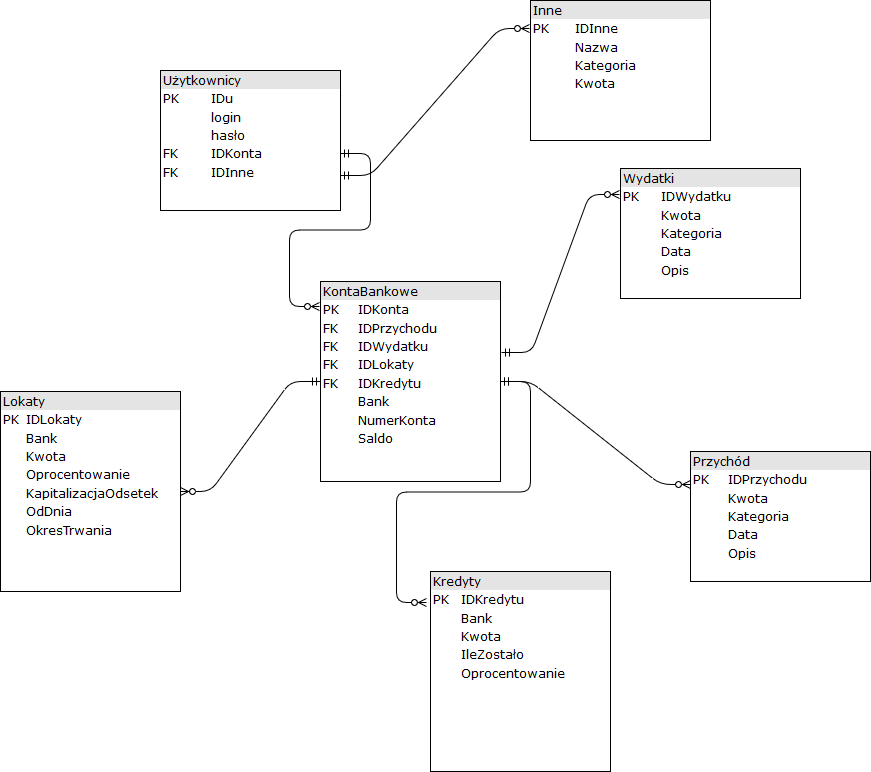
Before: ERD.png, a diagram exported from draw.io (matwijec/FinanceManger). Source tidied: cells renumbered, new cells last; positions are measured from the earlier drawing's top-left corner, leaving out a move shared by most shapes.
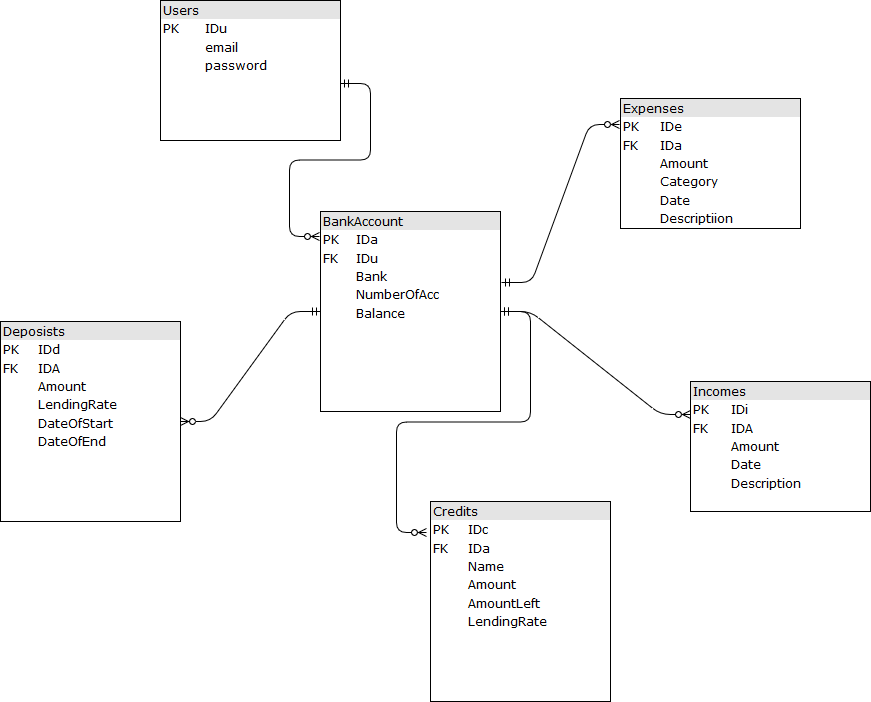
The same file after the commit.

Diff of the diagram source:
```diff
@@ -2,25 +2,22 @@
   <root>
     <mxCell id="0" />
     <mxCell id="1" parent="0" />
-    <mxCell id="2" value="&lt;div style=&quot;box-sizing: border-box ; width: 100% ; background: #e4e4e4 ; padding: 2px&quot;&gt;Wydatki&lt;/div&gt;&lt;table style=&quot;width: 100% ; font-size: 1em&quot; cellspacing=&quot;0&quot; cellpadding=&quot;2&quot;&gt;&lt;tbody&gt;&lt;tr&gt;&lt;td&gt;PK&lt;/td&gt;&lt;td&gt;IDWydatku&lt;/td&gt;&lt;/tr&gt;&lt;tr&gt;&lt;td&gt;&lt;br&gt;&lt;/td&gt;&lt;td&gt;Kwota&lt;/td&gt;&lt;/tr&gt;&lt;tr&gt;&lt;td&gt;&lt;br&gt;&lt;/td&gt;&lt;td&gt;Kategoria&lt;/td&gt;&lt;/tr&gt;&lt;tr&gt;&lt;td&gt;&lt;br&gt;&lt;/td&gt;&lt;td&gt;Data&lt;br&gt;&lt;/td&gt;&lt;/tr&gt;&lt;tr&gt;&lt;td&gt;&lt;br&gt;&lt;/td&gt;&lt;td&gt;Opis&lt;br&gt;&lt;/td&gt;&lt;/tr&gt;&lt;/tbody&gt;&lt;/table&gt;" style="verticalAlign=top;align=left;overflow=fill;html=1;rounded=0;shadow=0;comic=0;labelBackgroundColor=none;strokeColor=#000000;strokeWidth=1;fillColor=#ffffff;fontFamily=Verdana;fontSize=12;fontColor=#000000;" parent="1" vertex="1">
+    <mxCell id="2" value="&lt;div style=&quot;box-sizing: border-box ; width: 100% ; background: #e4e4e4 ; padding: 2px&quot;&gt;Expenses&lt;/div&gt;&lt;table style=&quot;width: 100% ; font-size: 1em&quot; cellspacing=&quot;0&quot; cellpadding=&quot;2&quot;&gt;&lt;tbody&gt;&lt;tr&gt;&lt;td&gt;PK&lt;/td&gt;&lt;td&gt;IDe&lt;/td&gt;&lt;/tr&gt;&lt;tr&gt;&lt;td&gt;FK&lt;/td&gt;&lt;td&gt;IDa&lt;br&gt;&lt;/td&gt;&lt;/tr&gt;&lt;tr&gt;&lt;td&gt;&lt;br&gt;&lt;/td&gt;&lt;td&gt;Amount&lt;/td&gt;&lt;/tr&gt;&lt;tr&gt;&lt;td&gt;&lt;br&gt;&lt;/td&gt;&lt;td&gt;Category&lt;/td&gt;&lt;/tr&gt;&lt;tr&gt;&lt;td&gt;&lt;br&gt;&lt;/td&gt;&lt;td&gt;Date&lt;br&gt;&lt;/td&gt;&lt;/tr&gt;&lt;tr&gt;&lt;td&gt;&lt;br&gt;&lt;/td&gt;&lt;td&gt;Descriptiion&lt;br&gt;&lt;/td&gt;&lt;/tr&gt;&lt;/tbody&gt;&lt;/table&gt;" style="verticalAlign=top;align=left;overflow=fill;html=1;rounded=0;shadow=0;comic=0;labelBackgroundColor=none;strokeColor=#000000;strokeWidth=1;fillColor=#ffffff;fontFamily=Verdana;fontSize=12;fontColor=#000000;" parent="1" vertex="1">
       <mxGeometry x="620" y="168" width="180" height="130" as="geometry" />
     </mxCell>
-    <mxCell id="3" value="&lt;div style=&quot;box-sizing: border-box ; width: 100% ; background: #e4e4e4 ; padding: 2px&quot;&gt;Użytkownicy&lt;/div&gt;&lt;table style=&quot;width: 100% ; font-size: 1em&quot; cellspacing=&quot;0&quot; cellpadding=&quot;2&quot;&gt;&lt;tbody&gt;&lt;tr&gt;&lt;td&gt;PK&lt;/td&gt;&lt;td&gt;IDu&lt;/td&gt;&lt;/tr&gt;&lt;tr&gt;&lt;td&gt;&lt;br&gt;&lt;/td&gt;&lt;td&gt;login&lt;/td&gt;&lt;/tr&gt;&lt;tr&gt;&lt;td&gt;&lt;br&gt;&lt;/td&gt;&lt;td&gt;hasło&lt;/td&gt;&lt;/tr&gt;&lt;tr&gt;&lt;td&gt;FK&lt;br&gt;&lt;/td&gt;&lt;td&gt;IDKonta&lt;br&gt;&lt;/td&gt;&lt;/tr&gt;&lt;tr&gt;&lt;td&gt;FK&lt;br&gt;&lt;/td&gt;&lt;td&gt;IDInne&lt;br&gt;&lt;/td&gt;&lt;/tr&gt;&lt;tr&gt;&lt;td&gt;&lt;br&gt;&lt;/td&gt;&lt;td&gt;&lt;br&gt;&lt;/td&gt;&lt;/tr&gt;&lt;tr&gt;&lt;td&gt;&lt;br&gt;&lt;/td&gt;&lt;td&gt;&lt;br&gt;&lt;/td&gt;&lt;/tr&gt;&lt;tr&gt;&lt;td&gt;&lt;br&gt;&lt;/td&gt;&lt;td&gt;&lt;br&gt;&lt;/td&gt;&lt;/tr&gt;&lt;tr&gt;&lt;td&gt;&lt;br&gt;&lt;/td&gt;&lt;td&gt;&lt;br&gt;&lt;/td&gt;&lt;/tr&gt;&lt;tr&gt;&lt;td&gt;&lt;br&gt;&lt;/td&gt;&lt;td&gt;&lt;br&gt;&lt;/td&gt;&lt;/tr&gt;&lt;tr&gt;&lt;td&gt;&lt;br&gt;&lt;/td&gt;&lt;td&gt;&lt;br&gt;&lt;/td&gt;&lt;/tr&gt;&lt;tr&gt;&lt;td&gt;&lt;br&gt;&lt;/td&gt;&lt;td&gt;&lt;br&gt;&lt;/td&gt;&lt;/tr&gt;&lt;tr&gt;&lt;td&gt;&lt;br&gt;&lt;/td&gt;&lt;td&gt;&lt;br&gt;&lt;/td&gt;&lt;/tr&gt;&lt;tr&gt;&lt;td&gt;&lt;br&gt;&lt;/td&gt;&lt;td&gt;&lt;br&gt;&lt;/td&gt;&lt;/tr&gt;&lt;/tbody&gt;&lt;/table&gt;" style="verticalAlign=top;align=left;overflow=fill;html=1;rounded=0;shadow=0;comic=0;labelBackgroundColor=none;strokeColor=#000000;strokeWidth=1;fillColor=#ffffff;fontFamily=Verdana;fontSize=12;fontColor=#000000;" parent="1" vertex="1">
+    <mxCell id="3" value="&lt;div style=&quot;box-sizing: border-box ; width: 100% ; background: #e4e4e4 ; padding: 2px&quot;&gt;Users&lt;br&gt;&lt;/div&gt;&lt;table style=&quot;width: 100% ; font-size: 1em&quot; cellspacing=&quot;0&quot; cellpadding=&quot;2&quot;&gt;&lt;tbody&gt;&lt;tr&gt;&lt;td&gt;PK&lt;/td&gt;&lt;td&gt;IDu&lt;/td&gt;&lt;/tr&gt;&lt;tr&gt;&lt;td&gt;&lt;br&gt;&lt;/td&gt;&lt;td&gt;email&lt;/td&gt;&lt;/tr&gt;&lt;tr&gt;&lt;td&gt;&lt;br&gt;&lt;/td&gt;&lt;td&gt;password&lt;br&gt;&lt;/td&gt;&lt;/tr&gt;&lt;tr&gt;&lt;td&gt;&lt;br&gt;&lt;/td&gt;&lt;td&gt;&lt;br&gt;&lt;/td&gt;&lt;/tr&gt;&lt;tr&gt;&lt;td&gt;&lt;br&gt;&lt;/td&gt;&lt;td&gt;&lt;br&gt;&lt;/td&gt;&lt;/tr&gt;&lt;tr&gt;&lt;td&gt;&lt;br&gt;&lt;/td&gt;&lt;td&gt;&lt;br&gt;&lt;/td&gt;&lt;/tr&gt;&lt;tr&gt;&lt;td&gt;&lt;br&gt;&lt;/td&gt;&lt;td&gt;&lt;br&gt;&lt;/td&gt;&lt;/tr&gt;&lt;tr&gt;&lt;td&gt;&lt;br&gt;&lt;/td&gt;&lt;td&gt;&lt;br&gt;&lt;/td&gt;&lt;/tr&gt;&lt;tr&gt;&lt;td&gt;&lt;br&gt;&lt;/td&gt;&lt;td&gt;&lt;br&gt;&lt;/td&gt;&lt;/tr&gt;&lt;tr&gt;&lt;td&gt;&lt;br&gt;&lt;/td&gt;&lt;td&gt;&lt;br&gt;&lt;/td&gt;&lt;/tr&gt;&lt;tr&gt;&lt;td&gt;&lt;br&gt;&lt;/td&gt;&lt;td&gt;&lt;br&gt;&lt;/td&gt;&lt;/tr&gt;&lt;tr&gt;&lt;td&gt;&lt;br&gt;&lt;/td&gt;&lt;td&gt;&lt;br&gt;&lt;/td&gt;&lt;/tr&gt;&lt;tr&gt;&lt;td&gt;&lt;br&gt;&lt;/td&gt;&lt;td&gt;&lt;br&gt;&lt;/td&gt;&lt;/tr&gt;&lt;tr&gt;&lt;td&gt;&lt;br&gt;&lt;/td&gt;&lt;td&gt;&lt;br&gt;&lt;/td&gt;&lt;/tr&gt;&lt;/tbody&gt;&lt;/table&gt;" style="verticalAlign=top;align=left;overflow=fill;html=1;rounded=0;shadow=0;comic=0;labelBackgroundColor=none;strokeColor=#000000;strokeWidth=1;fillColor=#ffffff;fontFamily=Verdana;fontSize=12;fontColor=#000000;" parent="1" vertex="1">
       <mxGeometry x="160" y="70" width="180" height="140" as="geometry" />
     </mxCell>
-    <mxCell id="4" value="&lt;div style=&quot;box-sizing: border-box ; width: 100% ; background: #e4e4e4 ; padding: 2px&quot;&gt;Lokaty&lt;/div&gt;&lt;table style=&quot;width: 100% ; font-size: 1em&quot; cellspacing=&quot;0&quot; cellpadding=&quot;2&quot;&gt;&lt;tbody&gt;&lt;tr&gt;&lt;td&gt;PK&lt;/td&gt;&lt;td&gt;IDLokaty&lt;br&gt;&lt;/td&gt;&lt;/tr&gt;&lt;tr&gt;&lt;td&gt;&lt;br&gt;&lt;/td&gt;&lt;td&gt;Bank&lt;/td&gt;&lt;/tr&gt;&lt;tr&gt;&lt;td&gt;&lt;br&gt;&lt;/td&gt;&lt;td&gt;Kwota&lt;/td&gt;&lt;/tr&gt;&lt;tr&gt;&lt;td&gt;&lt;br&gt;&lt;/td&gt;&lt;td&gt;Oprocentowanie&lt;br&gt;&lt;/td&gt;&lt;/tr&gt;&lt;tr&gt;&lt;td&gt;&lt;br&gt;&lt;/td&gt;&lt;td&gt;KapitalizacjaOdsetek&lt;/td&gt;&lt;/tr&gt;&lt;tr&gt;&lt;td&gt;&lt;br&gt;&lt;/td&gt;&lt;td&gt;OdDnia&lt;br&gt;&lt;/td&gt;&lt;/tr&gt;&lt;tr&gt;&lt;td&gt;&lt;br&gt;&lt;/td&gt;&lt;td&gt;OkresTrwania&lt;br&gt;&lt;/td&gt;&lt;/tr&gt;&lt;/tbody&gt;&lt;/table&gt;" style="verticalAlign=top;align=left;overflow=fill;html=1;rounded=0;shadow=0;comic=0;labelBackgroundColor=none;strokeColor=#000000;strokeWidth=1;fillColor=#ffffff;fontFamily=Verdana;fontSize=12;fontColor=#000000;" parent="1" vertex="1">
+    <mxCell id="4" value="&lt;div style=&quot;box-sizing: border-box ; width: 100% ; background: #e4e4e4 ; padding: 2px&quot;&gt;Deposists&lt;/div&gt;&lt;table style=&quot;width: 100% ; font-size: 1em&quot; cellspacing=&quot;0&quot; cellpadding=&quot;2&quot;&gt;&lt;tbody&gt;&lt;tr&gt;&lt;td&gt;PK&lt;/td&gt;&lt;td&gt;IDd&lt;br&gt;&lt;/td&gt;&lt;/tr&gt;&lt;tr&gt;&lt;td&gt;FK&lt;br&gt;&lt;/td&gt;&lt;td&gt;IDA&lt;/td&gt;&lt;/tr&gt;&lt;tr&gt;&lt;td&gt;&lt;br&gt;&lt;/td&gt;&lt;td&gt;Amount&lt;/td&gt;&lt;/tr&gt;&lt;tr&gt;&lt;td&gt;&lt;br&gt;&lt;/td&gt;&lt;td&gt;LendingRate&lt;br&gt;&lt;/td&gt;&lt;/tr&gt;&lt;tr&gt;&lt;td&gt;&lt;br&gt;&lt;/td&gt;&lt;td&gt;DateOfStart&lt;br&gt;&lt;/td&gt;&lt;/tr&gt;&lt;tr&gt;&lt;td&gt;&lt;br&gt;&lt;/td&gt;&lt;td&gt;DateOfEnd&lt;br&gt;&lt;/td&gt;&lt;/tr&gt;&lt;/tbody&gt;&lt;/table&gt;" style="verticalAlign=top;align=left;overflow=fill;html=1;rounded=0;shadow=0;comic=0;labelBackgroundColor=none;strokeColor=#000000;strokeWidth=1;fillColor=#ffffff;fontFamily=Verdana;fontSize=12;fontColor=#000000;" parent="1" vertex="1">
       <mxGeometry y="391" width="180" height="200" as="geometry" />
     </mxCell>
-    <mxCell id="5" value="&lt;div style=&quot;box-sizing: border-box ; width: 100% ; background: #e4e4e4 ; padding: 2px&quot;&gt;Kredyty&lt;/div&gt;&lt;table style=&quot;width: 100% ; font-size: 1em&quot; cellspacing=&quot;0&quot; cellpadding=&quot;2&quot;&gt;&lt;tbody&gt;&lt;tr&gt;&lt;td&gt;PK&lt;/td&gt;&lt;td&gt;IDKredytu&lt;br&gt;&lt;/td&gt;&lt;/tr&gt;&lt;tr&gt;&lt;td&gt;&lt;br&gt;&lt;/td&gt;&lt;td&gt;Bank&lt;/td&gt;&lt;/tr&gt;&lt;tr&gt;&lt;td&gt;&lt;br&gt;&lt;/td&gt;&lt;td&gt;Kwota&lt;/td&gt;&lt;/tr&gt;&lt;tr&gt;&lt;td&gt;&lt;br&gt;&lt;/td&gt;&lt;td&gt;IleZostało&lt;br&gt;&lt;/td&gt;&lt;/tr&gt;&lt;tr&gt;&lt;td&gt;&lt;br&gt;&lt;/td&gt;&lt;td&gt;Oprocentowanie&lt;/td&gt;&lt;/tr&gt;&lt;/tbody&gt;&lt;/table&gt;" style="verticalAlign=top;align=left;overflow=fill;html=1;rounded=0;shadow=0;comic=0;labelBackgroundColor=none;strokeColor=#000000;strokeWidth=1;fillColor=#ffffff;fontFamily=Verdana;fontSize=12;fontColor=#000000;" parent="1" vertex="1">
+    <mxCell id="5" value="&lt;div style=&quot;box-sizing: border-box ; width: 100% ; background: #e4e4e4 ; padding: 2px&quot;&gt;Credits&lt;/div&gt;&lt;table style=&quot;width: 100% ; font-size: 1em&quot; cellspacing=&quot;0&quot; cellpadding=&quot;2&quot;&gt;&lt;tbody&gt;&lt;tr&gt;&lt;td&gt;PK&lt;/td&gt;&lt;td&gt;IDc&lt;br&gt;&lt;/td&gt;&lt;/tr&gt;&lt;tr&gt;&lt;td&gt;FK&lt;br&gt;&lt;/td&gt;&lt;td&gt;IDa&lt;/td&gt;&lt;/tr&gt;&lt;tr&gt;&lt;td&gt;&lt;br&gt;&lt;/td&gt;&lt;td&gt;Name&lt;br&gt;&lt;/td&gt;&lt;/tr&gt;&lt;tr&gt;&lt;td&gt;&lt;br&gt;&lt;/td&gt;&lt;td&gt;Amount&lt;/td&gt;&lt;/tr&gt;&lt;tr&gt;&lt;td&gt;&lt;br&gt;&lt;/td&gt;&lt;td&gt;AmountLeft&lt;br&gt;&lt;/td&gt;&lt;/tr&gt;&lt;tr&gt;&lt;td&gt;&lt;br&gt;&lt;/td&gt;&lt;td&gt;LendingRate&lt;/td&gt;&lt;/tr&gt;&lt;/tbody&gt;&lt;/table&gt;" style="verticalAlign=top;align=left;overflow=fill;html=1;rounded=0;shadow=0;comic=0;labelBackgroundColor=none;strokeColor=#000000;strokeWidth=1;fillColor=#ffffff;fontFamily=Verdana;fontSize=12;fontColor=#000000;" parent="1" vertex="1">
       <mxGeometry x="430" y="571" width="180" height="200" as="geometry" />
     </mxCell>
-    <mxCell id="6" value="&lt;div style=&quot;box-sizing: border-box ; width: 100% ; background: #e4e4e4 ; padding: 2px&quot;&gt;KontaBankowe&lt;/div&gt;&lt;table style=&quot;width: 100% ; font-size: 1em&quot; cellspacing=&quot;0&quot; cellpadding=&quot;2&quot;&gt;&lt;tbody&gt;&lt;tr&gt;&lt;td&gt;PK&lt;/td&gt;&lt;td&gt;IDKonta&lt;br&gt;&lt;/td&gt;&lt;/tr&gt;&lt;tr&gt;&lt;td&gt;FK&lt;br&gt;&lt;/td&gt;&lt;td&gt;IDPrzychodu&lt;br&gt;&lt;/td&gt;&lt;/tr&gt;&lt;tr&gt;&lt;td&gt;FK&lt;/td&gt;&lt;td&gt;IDWydatku&lt;br&gt;&lt;/td&gt;&lt;/tr&gt;&lt;tr&gt;&lt;td&gt;FK&lt;/td&gt;&lt;td&gt;IDLokaty&lt;br&gt;&lt;/td&gt;&lt;/tr&gt;&lt;tr&gt;&lt;td&gt;FK&lt;/td&gt;&lt;td&gt;IDKredytu&lt;br&gt;&lt;/td&gt;&lt;/tr&gt;&lt;tr&gt;&lt;td&gt;&lt;br&gt;&lt;/td&gt;&lt;td&gt;Bank&lt;/td&gt;&lt;/tr&gt;&lt;tr&gt;&lt;td&gt;&lt;br&gt;&lt;/td&gt;&lt;td&gt;NumerKonta&lt;/td&gt;&lt;/tr&gt;&lt;tr&gt;&lt;td&gt;&lt;br&gt;&lt;/td&gt;&lt;td&gt;Saldo&lt;br&gt;&lt;/td&gt;&lt;/tr&gt;&lt;/tbody&gt;&lt;/table&gt;" style="verticalAlign=top;align=left;overflow=fill;html=1;rounded=0;shadow=0;comic=0;labelBackgroundColor=none;strokeColor=#000000;strokeWidth=1;fillColor=#ffffff;fontFamily=Verdana;fontSize=12;fontColor=#000000;" parent="1" vertex="1">
+    <mxCell id="6" value="&lt;div style=&quot;box-sizing: border-box ; width: 100% ; background: #e4e4e4 ; padding: 2px&quot;&gt;BankAccount&lt;/div&gt;&lt;table style=&quot;width: 100% ; font-size: 1em&quot; cellspacing=&quot;0&quot; cellpadding=&quot;2&quot;&gt;&lt;tbody&gt;&lt;tr&gt;&lt;td&gt;PK&lt;/td&gt;&lt;td&gt;IDa&lt;br&gt;&lt;/td&gt;&lt;/tr&gt;&lt;tr&gt;&lt;td&gt;FK&lt;/td&gt;&lt;td&gt;IDu&lt;br&gt;&lt;/td&gt;&lt;/tr&gt;&lt;tr&gt;&lt;td&gt;&lt;br&gt;&lt;/td&gt;&lt;td&gt;Bank&lt;/td&gt;&lt;/tr&gt;&lt;tr&gt;&lt;td&gt;&lt;br&gt;&lt;/td&gt;&lt;td&gt;NumberOfAcc&lt;br&gt;&lt;/td&gt;&lt;/tr&gt;&lt;tr&gt;&lt;td&gt;&lt;br&gt;&lt;/td&gt;&lt;td&gt;Balance&lt;br&gt;&lt;/td&gt;&lt;/tr&gt;&lt;tr&gt;&lt;td&gt;&lt;br&gt;&lt;/td&gt;&lt;td&gt;&lt;br&gt;&lt;/td&gt;&lt;/tr&gt;&lt;/tbody&gt;&lt;/table&gt;" style="verticalAlign=top;align=left;overflow=fill;html=1;rounded=0;shadow=0;comic=0;labelBackgroundColor=none;strokeColor=#000000;strokeWidth=1;fillColor=#ffffff;fontFamily=Verdana;fontSize=12;fontColor=#000000;" parent="1" vertex="1">
       <mxGeometry x="320" y="281" width="180" height="200" as="geometry" />
     </mxCell>
-    <mxCell id="7" value="&lt;div style=&quot;box-sizing: border-box ; width: 100% ; background: #e4e4e4 ; padding: 2px&quot;&gt;Inne&lt;/div&gt;&lt;table style=&quot;width: 100% ; font-size: 1em&quot; cellspacing=&quot;0&quot; cellpadding=&quot;2&quot;&gt;&lt;tbody&gt;&lt;tr&gt;&lt;td&gt;PK&lt;/td&gt;&lt;td&gt;IDInne&lt;/td&gt;&lt;/tr&gt;&lt;tr&gt;&lt;td&gt;&lt;br&gt;&lt;/td&gt;&lt;td&gt;Nazwa&lt;/td&gt;&lt;/tr&gt;&lt;tr&gt;&lt;td&gt;&lt;br&gt;&lt;/td&gt;&lt;td&gt;Kategoria&lt;/td&gt;&lt;/tr&gt;&lt;tr&gt;&lt;td&gt;&lt;br&gt;&lt;/td&gt;&lt;td&gt;Kwota&lt;br&gt;&lt;/td&gt;&lt;/tr&gt;&lt;/tbody&gt;&lt;/table&gt;" style="verticalAlign=top;align=left;overflow=fill;html=1;rounded=0;shadow=0;comic=0;labelBackgroundColor=none;strokeColor=#000000;strokeWidth=1;fillColor=#ffffff;fontFamily=Verdana;fontSize=12;fontColor=#000000;" parent="1" vertex="1">
-      <mxGeometry x="530" width="180" height="140" as="geometry" />
-    </mxCell>
-    <mxCell id="8" value="&lt;div style=&quot;box-sizing: border-box ; width: 100% ; background: #e4e4e4 ; padding: 2px&quot;&gt;Przychód&lt;br&gt;&lt;/div&gt;&lt;table style=&quot;width: 100% ; font-size: 1em&quot; cellspacing=&quot;0&quot; cellpadding=&quot;2&quot;&gt;&lt;tbody&gt;&lt;tr&gt;&lt;td&gt;PK&lt;/td&gt;&lt;td&gt;IDPrzychodu&lt;/td&gt;&lt;/tr&gt;&lt;tr&gt;&lt;td&gt;&lt;br&gt;&lt;/td&gt;&lt;td&gt;Kwota&lt;/td&gt;&lt;/tr&gt;&lt;tr&gt;&lt;td&gt;&lt;br&gt;&lt;/td&gt;&lt;td&gt;Kategoria&lt;/td&gt;&lt;/tr&gt;&lt;tr&gt;&lt;td&gt;&lt;br&gt;&lt;/td&gt;&lt;td&gt;Data&lt;br&gt;&lt;/td&gt;&lt;/tr&gt;&lt;tr&gt;&lt;td&gt;&lt;br&gt;&lt;/td&gt;&lt;td&gt;Opis&lt;br&gt;&lt;/td&gt;&lt;/tr&gt;&lt;/tbody&gt;&lt;/table&gt;" style="verticalAlign=top;align=left;overflow=fill;html=1;rounded=0;shadow=0;comic=0;labelBackgroundColor=none;strokeColor=#000000;strokeWidth=1;fillColor=#ffffff;fontFamily=Verdana;fontSize=12;fontColor=#000000;" parent="1" vertex="1">
+    <mxCell id="8" value="&lt;div style=&quot;box-sizing: border-box ; width: 100% ; background: #e4e4e4 ; padding: 2px&quot;&gt;Incomes&lt;br&gt;&lt;/div&gt;&lt;table style=&quot;width: 100% ; font-size: 1em&quot; cellspacing=&quot;0&quot; cellpadding=&quot;2&quot;&gt;&lt;tbody&gt;&lt;tr&gt;&lt;td&gt;PK&lt;/td&gt;&lt;td&gt;IDi&lt;/td&gt;&lt;/tr&gt;&lt;tr&gt;&lt;td&gt;FK&lt;/td&gt;&lt;td&gt;IDA&lt;/td&gt;&lt;/tr&gt;&lt;tr&gt;&lt;td&gt;&lt;br&gt;&lt;/td&gt;&lt;td&gt;Amount&lt;/td&gt;&lt;/tr&gt;&lt;tr&gt;&lt;td&gt;&lt;br&gt;&lt;/td&gt;&lt;td&gt;Date&lt;br&gt;&lt;/td&gt;&lt;/tr&gt;&lt;tr&gt;&lt;td&gt;&lt;br&gt;&lt;/td&gt;&lt;td&gt;Description&lt;br&gt;&lt;/td&gt;&lt;/tr&gt;&lt;/tbody&gt;&lt;/table&gt;" style="verticalAlign=top;align=left;overflow=fill;html=1;rounded=0;shadow=0;comic=0;labelBackgroundColor=none;strokeColor=#000000;strokeWidth=1;fillColor=#ffffff;fontFamily=Verdana;fontSize=12;fontColor=#000000;" parent="1" vertex="1">
       <mxGeometry x="690" y="451" width="180" height="130" as="geometry" />
     </mxCell>
     <mxCell id="9" style="edgeStyle=entityRelationEdgeStyle;fontSize=12;html=1;endArrow=ERzeroToMany;startArrow=ERmandOne;entryX=-0.022;entryY=0.155;entryDx=0;entryDy=0;entryPerimeter=0;" parent="1" edge="1" source="6" target="5">
@@ -29,9 +26,6 @@
     <mxCell id="10" style="edgeStyle=entityRelationEdgeStyle;fontSize=12;html=1;endArrow=ERzeroToMany;startArrow=ERmandOne;" parent="1" edge="1" source="6" target="4">
       <mxGeometry relative="1" as="geometry" />
     </mxCell>
-    <mxCell id="11" style="edgeStyle=entityRelationEdgeStyle;fontSize=12;html=1;endArrow=ERzeroToMany;startArrow=ERmandOne;exitX=1;exitY=0.75;exitDx=0;exitDy=0;entryX=-0.006;entryY=0.2;entryDx=0;entryDy=0;entryPerimeter=0;" parent="1" edge="1" source="3" target="7">
-      <mxGeometry relative="1" as="geometry" />
-    </mxCell>
     <mxCell id="12" style="edgeStyle=entityRelationEdgeStyle;fontSize=12;html=1;endArrow=ERzeroToMany;startArrow=ERmandOne;entryX=-0.006;entryY=0.125;entryDx=0;entryDy=0;entryPerimeter=0;exitX=1;exitY=0.593;exitDx=0;exitDy=0;exitPerimeter=0;" parent="1" edge="1" source="3" target="6">
       <mxGeometry relative="1" as="geometry" />
     </mxCell>
```
